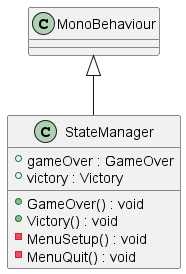
This is uml-output/StateManager.png from Eliaz-LR/3D-Minesweeper, a PlantUML export, as it was before one commit. Its diagram source:
```plantuml
@startuml
class StateManager {
    + gameOver : GameOver
    + victory : Victory
    + GameOver() : void
    + Victory() : void
    - MenuSetup() : void
    - MenuQuit() : void
}
MonoBehaviour <|-- StateManager
@enduml
```
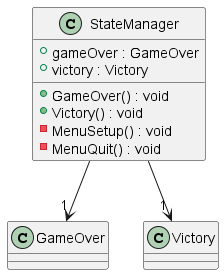
After the commit.

Diff of the diagram source:
```diff
@@ -7,5 +7,6 @@
     - MenuSetup() : void
     - MenuQuit() : void
 }
-MonoBehaviour <|-- StateManager
+StateManager --> "1" GameOver
+StateManager --> "   1" Victory
 @enduml
```
